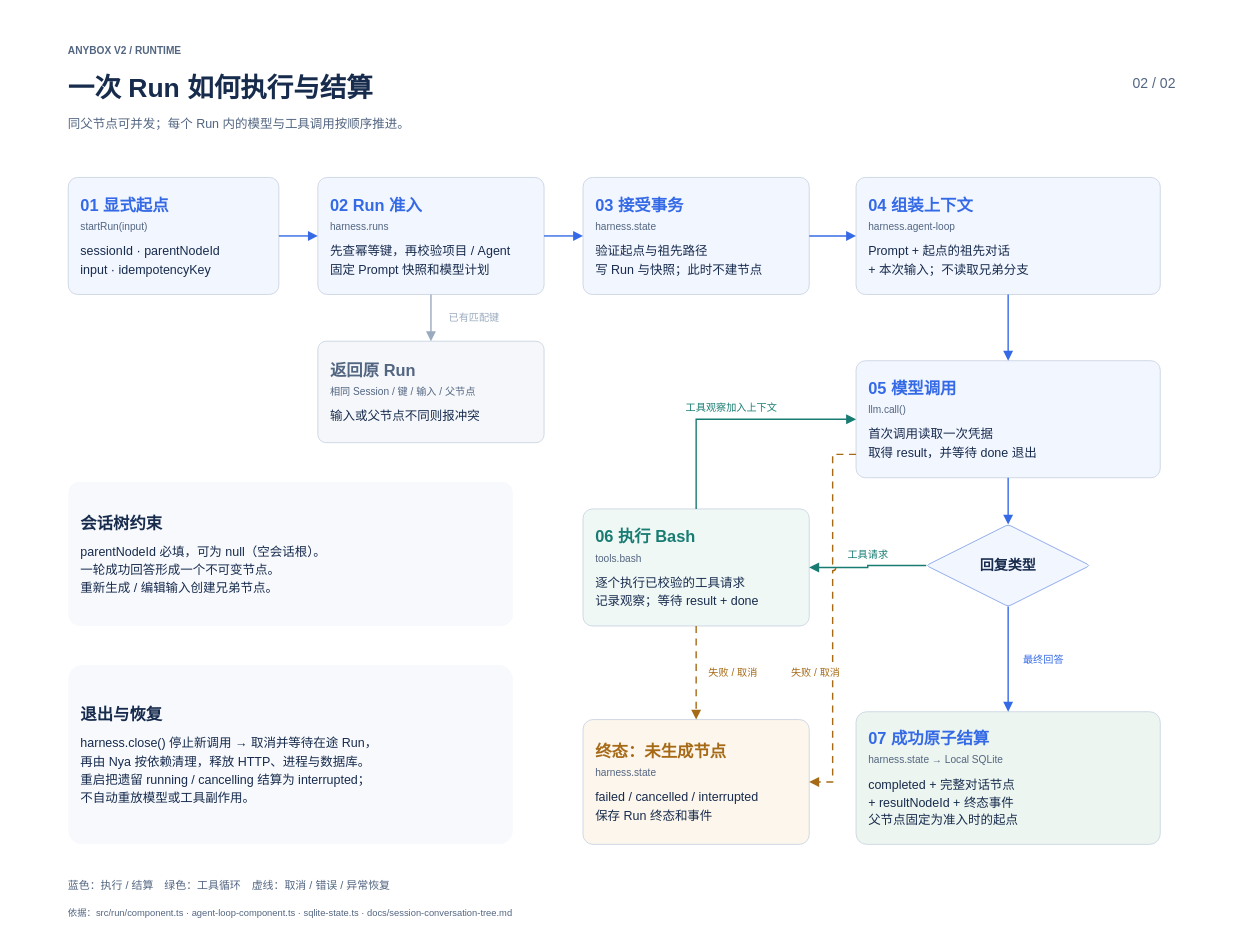
This is page "02 · Run 执行与结算" (2 of 2) of docs/architecture/anybox-architecture.drawio from fanfan-de/AnyboxV2, a draw.io file, before an edit. Source tidied: cells renumbered, new cells numbered last; positions are measured from the earlier drawing's top-left corner, leaving out a move shared by most shapes. Both pictures are drawn from the tidied source at 78%, with x=0, y=0 at pixel (13, 13).
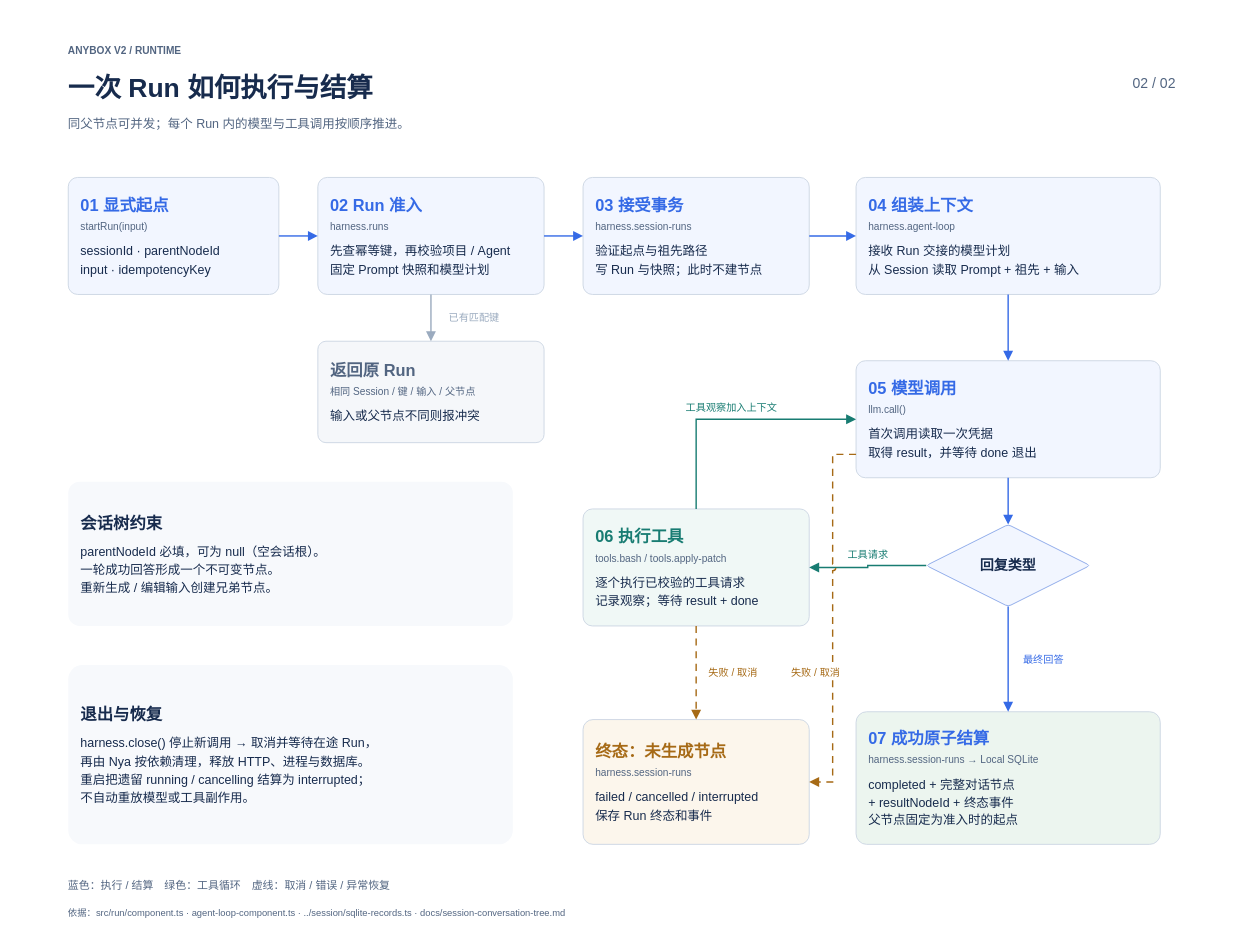
The same page after the edit.

Diff of the diagram source:
```diff
@@
-    <mxCell id="9" value="&lt;div style=&quot;text-align:left;line-height:1.45;color:#172B4D;&quot;&gt;&lt;div style=&quot;font-size:21px;font-weight:700;color:#356AE6;&quot;&gt;03  接受事务&lt;/div&gt;&lt;div style=&quot;font-size:13px;color:#526581;margin-top:3px;&quot;&gt;harness.state&lt;/div&gt;&lt;div style=&quot;font-size:16px;margin-top:10px;&quot;&gt;验证起点与祖先路径&lt;br&gt;写 Run 与快照；此时不建节点&lt;/div&gt;&lt;/div&gt;" style="rounded=1;arcSize=8;whiteSpace=wrap;html=1;fontFamily=Helvetica;fontColor=#172B4D;fontSize=16;align=left;verticalAlign=middle;spacing=16;fillColor=#F2F6FF;strokeColor=#CDD7E4;strokeWidth=1.2;" parent="1" vertex="1">
+    <mxCell id="9" value="&lt;div style=&quot;text-align:left;line-height:1.45;color:#172B4D;&quot;&gt;&lt;div style=&quot;font-size:21px;font-weight:700;color:#356AE6;&quot;&gt;03  接受事务&lt;/div&gt;&lt;div style=&quot;font-size:13px;color:#526581;margin-top:3px;&quot;&gt;harness.session-runs&lt;/div&gt;&lt;div style=&quot;font-size:16px;margin-top:10px;&quot;&gt;验证起点与祖先路径&lt;br&gt;写 Run 与快照；此时不建节点&lt;/div&gt;&lt;/div&gt;" style="rounded=1;arcSize=8;whiteSpace=wrap;html=1;fontFamily=Helvetica;fontColor=#172B4D;fontSize=16;align=left;verticalAlign=middle;spacing=16;fillColor=#F2F6FF;strokeColor=#CDD7E4;strokeWidth=1.2;" parent="1" vertex="1">
       <mxGeometry x="730" y="210" width="290" height="150" as="geometry" />
     </mxCell>
-    <mxCell id="10" value="&lt;div style=&quot;text-align:left;line-height:1.45;color:#172B4D;&quot;&gt;&lt;div style=&quot;font-size:21px;font-weight:700;color:#356AE6;&quot;&gt;04  组装上下文&lt;/div&gt;&lt;div style=&quot;font-size:13px;color:#526581;margin-top:3px;&quot;&gt;harness.agent-loop&lt;/div&gt;&lt;div style=&quot;font-size:16px;margin-top:10px;&quot;&gt;Prompt + 起点的祖先对话&lt;br&gt;+ 本次输入；不读取兄弟分支&lt;/div&gt;&lt;/div&gt;" style="rounded=1;arcSize=8;whiteSpace=wrap;html=1;fontFamily=Helvetica;fontColor=#172B4D;fontSize=16;align=left;verticalAlign=middle;spacing=16;fillColor=#F2F6FF;strokeColor=#CDD7E4;strokeWidth=1.2;" parent="1" vertex="1">
+    <mxCell id="10" value="&lt;div style=&quot;text-align:left;line-height:1.45;color:#172B4D;&quot;&gt;&lt;div style=&quot;font-size:21px;font-weight:700;color:#356AE6;&quot;&gt;04  组装上下文&lt;/div&gt;&lt;div style=&quot;font-size:13px;color:#526581;margin-top:3px;&quot;&gt;harness.agent-loop&lt;/div&gt;&lt;div style=&quot;font-size:16px;margin-top:10px;&quot;&gt;接收 Run 交接的模型计划&lt;br&gt;从 Session 读取 Prompt + 祖先 + 输入&lt;/div&gt;&lt;/div&gt;" style="rounded=1;arcSize=8;whiteSpace=wrap;html=1;fontFamily=Helvetica;fontColor=#172B4D;fontSize=16;align=left;verticalAlign=middle;spacing=16;fillColor=#F2F6FF;strokeColor=#CDD7E4;strokeWidth=1.2;" parent="1" vertex="1">
       <mxGeometry x="1080" y="210" width="390" height="150" as="geometry" />
     </mxCell>
@@
-    <mxCell id="14" value="&lt;div style=&quot;text-align:left;line-height:1.45;color:#172B4D;&quot;&gt;&lt;div style=&quot;font-size:21px;font-weight:700;color:#187C72;&quot;&gt;06  执行 Bash&lt;/div&gt;&lt;div style=&quot;font-size:13px;color:#526581;margin-top:3px;&quot;&gt;tools.bash&lt;/div&gt;&lt;div style=&quot;font-size:16px;margin-top:10px;&quot;&gt;逐个执行已校验的工具请求&lt;br&gt;记录观察；等待 result + done&lt;/div&gt;&lt;/div&gt;" style="rounded=1;arcSize=8;whiteSpace=wrap;html=1;fontFamily=Helvetica;fontColor=#172B4D;fontSize=16;align=left;verticalAlign=middle;spacing=16;fillColor=#F0F8F6;strokeColor=#CDD7E4;strokeWidth=1.2;" parent="1" vertex="1">
+    <mxCell id="14" value="&lt;div style=&quot;text-align:left;line-height:1.45;color:#172B4D;&quot;&gt;&lt;div style=&quot;font-size:21px;font-weight:700;color:#187C72;&quot;&gt;06  执行工具&lt;/div&gt;&lt;div style=&quot;font-size:13px;color:#526581;margin-top:3px;&quot;&gt;tools.bash / tools.apply-patch&lt;/div&gt;&lt;div style=&quot;font-size:16px;margin-top:10px;&quot;&gt;逐个执行已校验的工具请求&lt;br&gt;记录观察；等待 result + done&lt;/div&gt;&lt;/div&gt;" style="rounded=1;arcSize=8;whiteSpace=wrap;html=1;fontFamily=Helvetica;fontColor=#172B4D;fontSize=16;align=left;verticalAlign=middle;spacing=16;fillColor=#F0F8F6;strokeColor=#CDD7E4;strokeWidth=1.2;" parent="1" vertex="1">
       <mxGeometry x="730" y="635" width="290" height="150" as="geometry" />
     </mxCell>
-    <mxCell id="15" value="&lt;div style=&quot;text-align:left;line-height:1.45;color:#172B4D;&quot;&gt;&lt;div style=&quot;font-size:21px;font-weight:700;color:#A66A16;&quot;&gt;终态：未生成节点&lt;/div&gt;&lt;div style=&quot;font-size:13px;color:#526581;margin-top:3px;&quot;&gt;harness.state&lt;/div&gt;&lt;div style=&quot;font-size:16px;margin-top:10px;&quot;&gt;failed / cancelled / interrupted&lt;br&gt;保存 Run 终态和事件&lt;/div&gt;&lt;/div&gt;" style="rounded=1;arcSize=8;whiteSpace=wrap;html=1;fontFamily=Helvetica;fontColor=#172B4D;fontSize=16;align=left;verticalAlign=middle;spacing=16;fillColor=#FCF6EC;strokeColor=#CDD7E4;strokeWidth=1.2;" parent="1" vertex="1">
+    <mxCell id="15" value="&lt;div style=&quot;text-align:left;line-height:1.45;color:#172B4D;&quot;&gt;&lt;div style=&quot;font-size:21px;font-weight:700;color:#A66A16;&quot;&gt;终态：未生成节点&lt;/div&gt;&lt;div style=&quot;font-size:13px;color:#526581;margin-top:3px;&quot;&gt;harness.session-runs&lt;/div&gt;&lt;div style=&quot;font-size:16px;margin-top:10px;&quot;&gt;failed / cancelled / interrupted&lt;br&gt;保存 Run 终态和事件&lt;/div&gt;&lt;/div&gt;" style="rounded=1;arcSize=8;whiteSpace=wrap;html=1;fontFamily=Helvetica;fontColor=#172B4D;fontSize=16;align=left;verticalAlign=middle;spacing=16;fillColor=#FCF6EC;strokeColor=#CDD7E4;strokeWidth=1.2;" parent="1" vertex="1">
       <mxGeometry x="730" y="905" width="290" height="160" as="geometry" />
     </mxCell>
-    <mxCell id="16" value="&lt;div style=&quot;text-align:left;line-height:1.45;color:#172B4D;&quot;&gt;&lt;div style=&quot;font-size:21px;font-weight:700;color:#356AE6;&quot;&gt;07  成功原子结算&lt;/div&gt;&lt;div style=&quot;font-size:13px;color:#526581;margin-top:3px;&quot;&gt;harness.state → Local SQLite&lt;/div&gt;&lt;div style=&quot;font-size:16px;margin-top:10px;&quot;&gt;completed + 完整对话节点&lt;br&gt;+ resultNodeId + 终态事件&lt;br&gt;父节点固定为准入时的起点&lt;/div&gt;&lt;/div&gt;" style="rounded=1;arcSize=8;whiteSpace=wrap;html=1;fontFamily=Helvetica;fontColor=#172B4D;fontSize=16;align=left;verticalAlign=middle;spacing=16;fillColor=#ECF5EF;strokeColor=#CDD7E4;strokeWidth=1.2;" parent="1" vertex="1">
+    <mxCell id="16" value="&lt;div style=&quot;text-align:left;line-height:1.45;color:#172B4D;&quot;&gt;&lt;div style=&quot;font-size:21px;font-weight:700;color:#356AE6;&quot;&gt;07  成功原子结算&lt;/div&gt;&lt;div style=&quot;font-size:13px;color:#526581;margin-top:3px;&quot;&gt;harness.session-runs → Local SQLite&lt;/div&gt;&lt;div style=&quot;font-size:16px;margin-top:10px;&quot;&gt;completed + 完整对话节点&lt;br&gt;+ resultNodeId + 终态事件&lt;br&gt;父节点固定为准入时的起点&lt;/div&gt;&lt;/div&gt;" style="rounded=1;arcSize=8;whiteSpace=wrap;html=1;fontFamily=Helvetica;fontColor=#172B4D;fontSize=16;align=left;verticalAlign=middle;spacing=16;fillColor=#ECF5EF;strokeColor=#CDD7E4;strokeWidth=1.2;" parent="1" vertex="1">
       <mxGeometry x="1080" y="895" width="390" height="170" as="geometry" />
     </mxCell>
@@
-    <mxCell id="20" value="依据：src/run/component.ts · agent-loop-component.ts · sqlite-state.ts · docs/session-conversation-tree.md" style="rounded=1;arcSize=8;whiteSpace=wrap;html=1;fontFamily=Helvetica;fontColor=#172B4D;fontSize=16;align=left;verticalAlign=middle;spacing=16;fillColor=none;strokeColor=none;strokeWidth=1.2;rounded=0;spacing=0;align=left;fontSize=12;fontColor=#526581;fontStyle=0;" parent="1" vertex="1">
+    <mxCell id="20" value="依据：src/run/component.ts · agent-loop-component.ts · ../session/sqlite-records.ts · docs/session-conversation-tree.md" style="rounded=1;arcSize=8;whiteSpace=wrap;html=1;fontFamily=Helvetica;fontColor=#172B4D;fontSize=16;align=left;verticalAlign=middle;spacing=16;fillColor=none;strokeColor=none;strokeWidth=1.2;rounded=0;spacing=0;align=left;fontSize=12;fontColor=#526581;fontStyle=0;" parent="1" vertex="1">
       <mxGeometry x="70" y="1142" width="1420" height="22" as="geometry" />
     </mxCell>
```
